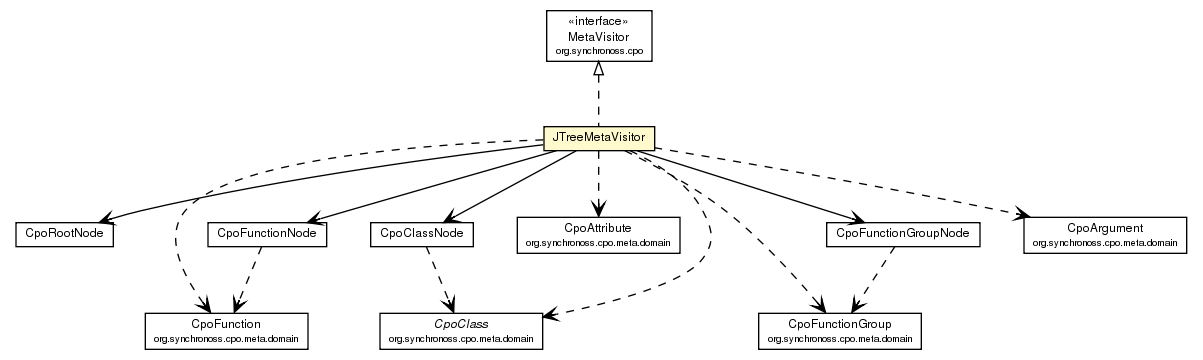
This is site/apidocs/org/synchronoss/cpo/util/JTreeMetaVisitor.png from synchronoss/cpo-util, a Graphviz export, as it was before one commit. Its source is kept beside it as site/apidocs/org/synchronoss/cpo/util/JTreeMetaVisitor.dot.
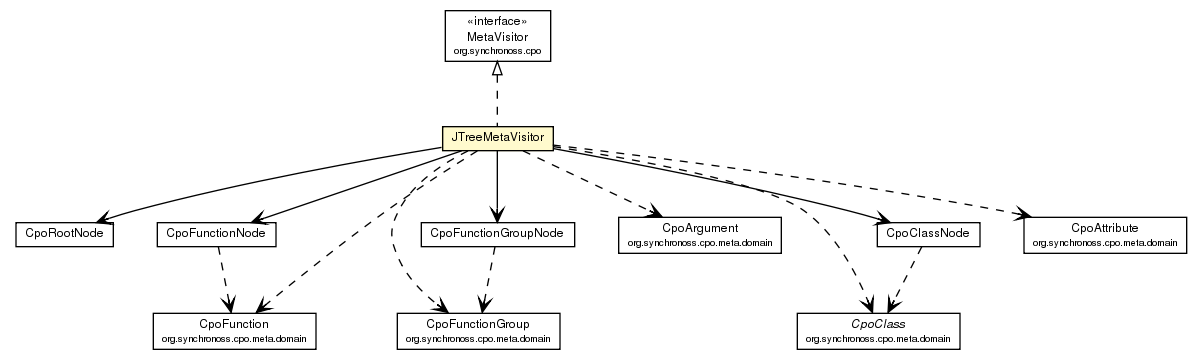
The same diagram one commit later.

What changed in the source:
```diff
@@ -32,39 +32,39 @@
 	c1707:p -> c1723:p [taillabel="", label="", headlabel="", fontname="Helvetica", fontcolor="black", fontsize=10.0, color="black", arrowhead=open];
 	c1707:p -> c1728:p [taillabel="", label="", headlabel="", fontname="Helvetica", fontcolor="black", fontsize=10.0, color="black", arrowhead=open];
 	c1707:p -> c1721:p [taillabel="", label="", headlabel="", fontname="Helvetica", fontcolor="black", fontsize=10.0, color="black", arrowhead=open];
-	c1707:p -> c1765:p [taillabel="", label="", headlabel="", fontname="Helvetica", fontcolor="black", fontsize=10.0, color="black", arrowhead=open, style=dashed];
 	c1707:p -> c1766:p [taillabel="", label="", headlabel="", fontname="Helvetica", fontcolor="black", fontsize=10.0, color="black", arrowhead=open, style=dashed];
 	c1707:p -> c1767:p [taillabel="", label="", headlabel="", fontname="Helvetica", fontcolor="black", fontsize=10.0, color="black", arrowhead=open, style=dashed];
+	c1707:p -> c1768:p [taillabel="", label="", headlabel="", fontname="Helvetica", fontcolor="black", fontsize=10.0, color="black", arrowhead=open, style=dashed];
 	c1707:p -> c1769:p [taillabel="", label="", headlabel="", fontname="Helvetica", fontcolor="black", fontsize=10.0, color="black", arrowhead=open, style=dashed];
 	c1707:p -> c1770:p [taillabel="", label="", headlabel="", fontname="Helvetica", fontcolor="black", fontsize=10.0, color="black", arrowhead=open, style=dashed];
-	c1721:p -> c1766:p [taillabel="", label="", headlabel="", fontname="Helvetica", fontcolor="black", fontsize=10.0, color="black", arrowhead=open, style=dashed];
-	c1723:p -> c1767:p [taillabel="", label="", headlabel="", fontname="Helvetica", fontcolor="black", fontsize=10.0, color="black", arrowhead=open, style=dashed];
-	c1728:p -> c1769:p [taillabel="", label="", headlabel="", fontname="Helvetica", fontcolor="black", fontsize=10.0, color="black", arrowhead=open, style=dashed];
-	c1767 [label=<<table border="0" cellborder="1" cellspacing="0" cellpadding="2" port="p" href="http://java.sun.com/j2se/1.4.2/docs/api/org/synchronoss/cpo/meta/domain/CpoClass.html">
+	c1721:p -> c1768:p [taillabel="", label="", headlabel="", fontname="Helvetica", fontcolor="black", fontsize=10.0, color="black", arrowhead=open, style=dashed];
+	c1723:p -> c1769:p [taillabel="", label="", headlabel="", fontname="Helvetica", fontcolor="black", fontsize=10.0, color="black", arrowhead=open, style=dashed];
+	c1728:p -> c1766:p [taillabel="", label="", headlabel="", fontname="Helvetica", fontcolor="black", fontsize=10.0, color="black", arrowhead=open, style=dashed];
+	c1769 [label=<<table border="0" cellborder="1" cellspacing="0" cellpadding="2" port="p" href="http://java.sun.com/j2se/1.4.2/docs/api/org/synchronoss/cpo/meta/domain/CpoClass.html">
 		<tr><td><table border="0" cellspacing="0" cellpadding="1">
 			<tr><td><font face="Helvetica-Oblique"> CpoClass </font></td></tr>
 			<tr><td><font point-size="7.0"> org.synchronoss.cpo.meta.domain </font></td></tr>
 		</table></td></tr>
 		</table>>, fontname="Helvetica", fontcolor="black", fontsize=9.0];
-	c1770 [label=<<table border="0" cellborder="1" cellspacing="0" cellpadding="2" port="p" href="http://java.sun.com/j2se/1.4.2/docs/api/org/synchronoss/cpo/meta/domain/CpoArgument.html">
+	c1767 [label=<<table border="0" cellborder="1" cellspacing="0" cellpadding="2" port="p" href="http://java.sun.com/j2se/1.4.2/docs/api/org/synchronoss/cpo/meta/domain/CpoArgument.html">
 		<tr><td><table border="0" cellspacing="0" cellpadding="1">
 			<tr><td> CpoArgument </td></tr>
 			<tr><td><font point-size="7.0"> org.synchronoss.cpo.meta.domain </font></td></tr>
 		</table></td></tr>
 		</table>>, fontname="Helvetica", fontcolor="black", fontsize=9.0];
-	c1765 [label=<<table border="0" cellborder="1" cellspacing="0" cellpadding="2" port="p" href="http://java.sun.com/j2se/1.4.2/docs/api/org/synchronoss/cpo/meta/domain/CpoAttribute.html">
+	c1770 [label=<<table border="0" cellborder="1" cellspacing="0" cellpadding="2" port="p" href="http://java.sun.com/j2se/1.4.2/docs/api/org/synchronoss/cpo/meta/domain/CpoAttribute.html">
 		<tr><td><table border="0" cellspacing="0" cellpadding="1">
 			<tr><td> CpoAttribute </td></tr>
 			<tr><td><font point-size="7.0"> org.synchronoss.cpo.meta.domain </font></td></tr>
 		</table></td></tr>
 		</table>>, fontname="Helvetica", fontcolor="black", fontsize=9.0];
-	c1766 [label=<<table border="0" cellborder="1" cellspacing="0" cellpadding="2" port="p" href="http://java.sun.com/j2se/1.4.2/docs/api/org/synchronoss/cpo/meta/domain/CpoFunction.html">
+	c1768 [label=<<table border="0" cellborder="1" cellspacing="0" cellpadding="2" port="p" href="http://java.sun.com/j2se/1.4.2/docs/api/org/synchronoss/cpo/meta/domain/CpoFunction.html">
 		<tr><td><table border="0" cellspacing="0" cellpadding="1">
 			<tr><td> CpoFunction </td></tr>
 			<tr><td><font point-size="7.0"> org.synchronoss.cpo.meta.domain </font></td></tr>
 		</table></td></tr>
 		</table>>, fontname="Helvetica", fontcolor="black", fontsize=9.0];
-	c1769 [label=<<table border="0" cellborder="1" cellspacing="0" cellpadding="2" port="p" href="http://java.sun.com/j2se/1.4.2/docs/api/org/synchronoss/cpo/meta/domain/CpoFunctionGroup.html">
+	c1766 [label=<<table border="0" cellborder="1" cellspacing="0" cellpadding="2" port="p" href="http://java.sun.com/j2se/1.4.2/docs/api/org/synchronoss/cpo/meta/domain/CpoFunctionGroup.html">
 		<tr><td><table border="0" cellspacing="0" cellpadding="1">
 			<tr><td> CpoFunctionGroup </td></tr>
 			<tr><td><font point-size="7.0"> org.synchronoss.cpo.meta.domain </font></td></tr>
```
